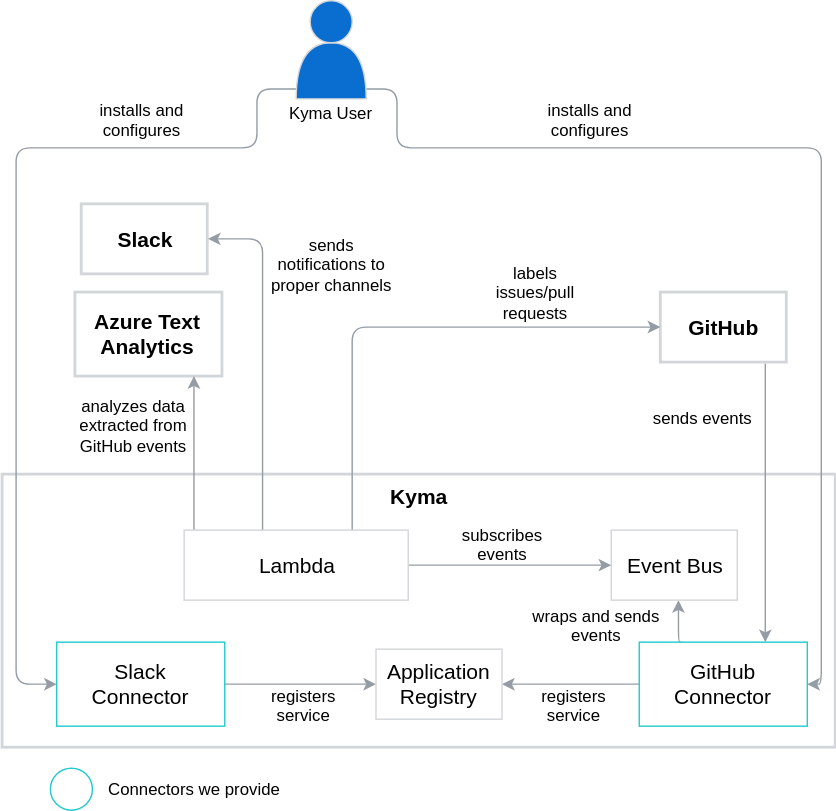
Above: docs/flowdiagram.svg in kyma-incubator/github-slack-connectors (draw.io), before the change. Source tidied: cells renumbered, new cells last; positions are measured from the earlier drawing's top-left corner, leaving out a move shared by most shapes. The source it was exported from:
```xml
<mxGraphModel>
  <root>
    <mxCell id="0" />
    <mxCell id="1" parent="0" />
    <mxCell id="2" value="&lt;b&gt;&lt;font style=&quot;font-size: 15px&quot;&gt;Kyma&lt;br&gt;&lt;/font&gt;&lt;/b&gt;" style="rounded=0;whiteSpace=wrap;html=1;shadow=0;glass=0;comic=0;strokeColor=#D2D5D9;strokeWidth=2;fillColor=#FFFFFF;fontFamily=Helvetica;fontSize=12;verticalAlign=top;" parent="1" vertex="1">
      <mxGeometry y="338" width="595" height="195" as="geometry" />
    </mxCell>
    <mxCell id="3" style="edgeStyle=orthogonalEdgeStyle;rounded=1;jettySize=auto;html=1;exitX=0;exitY=0.5;exitDx=0;exitDy=0;entryX=1;entryY=0.5;entryDx=0;entryDy=0;strokeColor=#959CA4;" parent="1" edge="1" source="5" target="25">
      <mxGeometry relative="1" as="geometry" />
    </mxCell>
    <mxCell id="4" style="edgeStyle=orthogonalEdgeStyle;rounded=1;jettySize=auto;html=1;exitX=0.25;exitY=0;exitDx=0;exitDy=0;entryX=0.533;entryY=1;entryDx=0;entryDy=0;entryPerimeter=0;strokeColor=#959CA4;" parent="1" edge="1" source="5" target="26">
      <mxGeometry relative="1" as="geometry" />
    </mxCell>
    <mxCell id="5" value="&lt;span style=&quot;white-space: normal; font-size: 15px;&quot;&gt;GitHub&lt;/span&gt;&lt;br style=&quot;white-space: normal; font-size: 15px;&quot;&gt;&lt;span style=&quot;white-space: normal; font-size: 15px;&quot;&gt;Connector&lt;/span&gt;" style="rounded=0;whiteSpace=wrap;html=1;fontFamily=Helvetica;fillColor=#FFFFFF;strokeColor=#24CACC;fontColor=#000000;strokeWidth=1;fontSize=15;fontStyle=0;" parent="1" vertex="1">
      <mxGeometry x="455" y="458" width="120" height="60" as="geometry" />
    </mxCell>
    <mxCell id="6" style="edgeStyle=orthogonalEdgeStyle;rounded=1;jettySize=auto;html=1;exitX=1;exitY=0.5;exitDx=0;exitDy=0;entryX=0;entryY=0.5;entryDx=0;entryDy=0;strokeColor=#959CA4;" parent="1" edge="1" source="7" target="25">
      <mxGeometry relative="1" as="geometry" />
    </mxCell>
    <mxCell id="7" value="Slack&lt;br style=&quot;white-space: normal; font-size: 15px;&quot;&gt;&lt;span style=&quot;white-space: normal; font-size: 15px;&quot;&gt;Connector&lt;/span&gt;" style="rounded=0;whiteSpace=wrap;html=1;fontFamily=Helvetica;fillColor=#FFFFFF;strokeColor=#24CACC;fontColor=#000000;glass=0;comic=0;shadow=0;strokeWidth=1;fontSize=15;fontStyle=0;" parent="1" vertex="1">
      <mxGeometry x="39" y="458" width="120" height="60" as="geometry" />
    </mxCell>
    <mxCell id="8" value="wraps and sends events" style="text;html=1;strokeColor=none;fillColor=none;align=center;verticalAlign=middle;whiteSpace=wrap;rounded=0;shadow=0;glass=0;comic=0;fontFamily=Helvetica;fontSize=12;" parent="1" vertex="1">
      <mxGeometry x="372" y="436" width="105" height="19" as="geometry" />
    </mxCell>
    <mxCell id="9" value="Kyma User" style="text;html=1;strokeColor=none;fillColor=none;align=center;verticalAlign=middle;whiteSpace=wrap;rounded=0;shadow=0;glass=0;comic=0;fontFamily=Helvetica;fontSize=12;" parent="1" vertex="1">
      <mxGeometry x="200" y="70" width="70" height="20" as="geometry" />
    </mxCell>
    <mxCell id="10" value="&lt;b&gt;&lt;font style=&quot;font-size: 15px&quot;&gt;Slack&lt;br&gt;&lt;/font&gt;&lt;/b&gt;" style="rounded=0;whiteSpace=wrap;html=1;shadow=0;glass=0;comic=0;strokeColor=#D2D5D9;strokeWidth=2;fillColor=#FFFFFF;fontFamily=Helvetica;fontSize=12;" parent="1" vertex="1">
      <mxGeometry x="56.5" y="145" width="90" height="50" as="geometry" />
    </mxCell>
    <mxCell id="11" style="edgeStyle=orthogonalEdgeStyle;rounded=1;jumpStyle=sharp;jettySize=auto;html=1;exitX=0.175;exitY=0;exitDx=0;exitDy=0;exitPerimeter=0;entryX=0;entryY=0.5;entryDx=0;entryDy=0;strokeColor=#959CA4;fontFamily=Helvetica;fontSize=12;fontColor=#000000;" parent="1" edge="1" source="13" target="7">
      <mxGeometry relative="1" as="geometry">
        <Array as="points">
          <mxPoint x="182" y="63" />
          <mxPoint x="182" y="105" />
          <mxPoint x="10" y="105" />
          <mxPoint x="10" y="488" />
        </Array>
      </mxGeometry>
    </mxCell>
    <mxCell id="12" style="edgeStyle=orthogonalEdgeStyle;rounded=1;jumpStyle=sharp;jettySize=auto;html=1;exitX=0.175;exitY=0.97;exitDx=0;exitDy=0;exitPerimeter=0;entryX=1;entryY=0.5;entryDx=0;entryDy=0;strokeColor=#959CA4;fontFamily=Helvetica;fontSize=16;fontColor=#000000;" parent="1" edge="1" source="13" target="5">
      <mxGeometry relative="1" as="geometry">
        <Array as="points">
          <mxPoint x="282" y="63" />
          <mxPoint x="282" y="105" />
          <mxPoint x="585" y="105" />
          <mxPoint x="585" y="488" />
        </Array>
      </mxGeometry>
    </mxCell>
    <mxCell id="13" style="shape=or;whiteSpace=wrap;html=1;shadow=0;glass=0;comic=0;strokeColor=#D2D5D9;strokeWidth=1;fillColor=#0A6ED1;fontFamily=Helvetica;fontSize=12;rotation=-90;" parent="1" vertex="1">
      <mxGeometry x="215" y="25" width="40" height="50" as="geometry" />
    </mxCell>
    <mxCell id="14" style="ellipse;whiteSpace=wrap;html=1;shadow=0;glass=0;comic=0;strokeColor=#D2D5D9;strokeWidth=1;fillColor=#0A6ED1;fontFamily=Helvetica;fontSize=12;" parent="1" vertex="1">
      <mxGeometry x="220" width="30" height="30" as="geometry" />
    </mxCell>
    <mxCell id="15" value="&lt;b&gt;&lt;font style=&quot;font-size: 15px&quot;&gt;Azure Text Analytics&lt;/font&gt;&lt;/b&gt;" style="rounded=0;whiteSpace=wrap;html=1;shadow=0;glass=0;comic=0;strokeColor=#D2D5D9;strokeWidth=2;fillColor=#FFFFFF;fontFamily=Helvetica;fontSize=12;" parent="1" vertex="1">
      <mxGeometry x="52" y="208" width="105" height="60" as="geometry" />
    </mxCell>
    <mxCell id="16" style="edgeStyle=orthogonalEdgeStyle;rounded=1;jettySize=auto;html=1;exitX=0.833;exitY=1.02;exitDx=0;exitDy=0;entryX=0.75;entryY=0;entryDx=0;entryDy=0;strokeColor=#959CA4;exitPerimeter=0;" parent="1" edge="1" source="17" target="5">
      <mxGeometry relative="1" as="geometry" />
    </mxCell>
    <mxCell id="17" value="&lt;b&gt;&lt;font style=&quot;font-size: 15px&quot;&gt;GitHub&lt;/font&gt;&lt;/b&gt;" style="rounded=0;whiteSpace=wrap;html=1;shadow=0;glass=0;comic=0;strokeColor=#D2D5D9;strokeWidth=2;fillColor=#FFFFFF;fontFamily=Helvetica;fontSize=12;" parent="1" vertex="1">
      <mxGeometry x="470" y="208" width="90" height="50" as="geometry" />
    </mxCell>
    <mxCell id="18" value="installs and configures" style="text;html=1;strokeColor=none;fillColor=none;align=center;verticalAlign=middle;whiteSpace=wrap;rounded=0;shadow=0;glass=0;comic=0;fontFamily=Helvetica;fontSize=12;fontColor=#000000;" parent="1" vertex="1">
      <mxGeometry x="49.5" y="75" width="100" height="20" as="geometry" />
    </mxCell>
    <mxCell id="19" value="registers service" style="text;html=1;strokeColor=none;fillColor=none;align=center;verticalAlign=middle;whiteSpace=wrap;rounded=0;shadow=0;glass=0;comic=0;fontFamily=Helvetica;fontSize=12;fontColor=#000000;" parent="1" vertex="1">
      <mxGeometry x="372" y="493" width="73" height="20" as="geometry" />
    </mxCell>
    <mxCell id="20" value="installs and configures" style="text;html=1;strokeColor=none;fillColor=none;align=center;verticalAlign=middle;whiteSpace=wrap;rounded=0;shadow=0;glass=0;comic=0;fontFamily=Helvetica;fontSize=12;fontColor=#000000;" parent="1" vertex="1">
      <mxGeometry x="370" y="75" width="100" height="20" as="geometry" />
    </mxCell>
    <mxCell id="21" value="sends events" style="text;html=1;strokeColor=none;fillColor=none;align=center;verticalAlign=middle;whiteSpace=wrap;rounded=0;shadow=0;glass=0;comic=0;fontFamily=Helvetica;fontSize=12;fontColor=#000000;" parent="1" vertex="1">
      <mxGeometry x="461.5" y="288" width="77" height="20" as="geometry" />
    </mxCell>
    <mxCell id="22" value="analyzes data extracted from GitHub events" style="text;html=1;strokeColor=none;fillColor=none;align=center;verticalAlign=middle;whiteSpace=wrap;rounded=0;shadow=0;glass=0;comic=0;fontFamily=Helvetica;fontSize=12;fontColor=#000000;" parent="1" vertex="1">
      <mxGeometry x="52" y="293" width="84" height="20" as="geometry" />
    </mxCell>
    <mxCell id="23" value="sends notifications to proper channels" style="text;html=1;strokeColor=none;fillColor=none;align=center;verticalAlign=middle;whiteSpace=wrap;rounded=0;shadow=0;glass=0;comic=0;fontFamily=Helvetica;fontSize=12;fontColor=#000000;" parent="1" vertex="1">
      <mxGeometry x="186" y="178" width="99" height="20" as="geometry" />
    </mxCell>
    <mxCell id="24" value="labels issues/pull requests" style="text;html=1;strokeColor=none;fillColor=none;align=center;verticalAlign=middle;whiteSpace=wrap;rounded=0;shadow=0;glass=0;comic=0;fontFamily=Helvetica;fontSize=12;fontColor=#000000;" parent="1" vertex="1">
      <mxGeometry x="345" y="198" width="72" height="20" as="geometry" />
    </mxCell>
    <mxCell id="25" value="&lt;span&gt;&lt;font style=&quot;font-size: 15px&quot;&gt;Application Registry&lt;br&gt;&lt;/font&gt;&lt;/span&gt;" style="rounded=0;whiteSpace=wrap;html=1;shadow=0;glass=0;comic=0;strokeColor=#D2D5D9;strokeWidth=1;fillColor=#FFFFFF;fontFamily=Helvetica;fontSize=12;fontStyle=0;" parent="1" vertex="1">
      <mxGeometry x="267" y="463" width="90" height="50" as="geometry" />
    </mxCell>
    <mxCell id="26" value="&lt;span&gt;&lt;font style=&quot;font-size: 15px&quot;&gt;Event Bus&lt;br&gt;&lt;/font&gt;&lt;/span&gt;" style="rounded=0;whiteSpace=wrap;html=1;shadow=0;glass=0;comic=0;strokeColor=#D2D5D9;strokeWidth=1;fillColor=#FFFFFF;fontFamily=Helvetica;fontSize=12;fontStyle=0;" parent="1" vertex="1">
      <mxGeometry x="435" y="378" width="90" height="50" as="geometry" />
    </mxCell>
    <mxCell id="27" style="edgeStyle=orthogonalEdgeStyle;rounded=1;orthogonalLoop=1;jettySize=auto;html=1;strokeColor=#959CA4;" parent="1" edge="1">
      <mxGeometry relative="1" as="geometry">
        <mxPoint x="137" y="378" as="sourcePoint" />
        <mxPoint x="137" y="268" as="targetPoint" />
        <Array as="points">
          <mxPoint x="137" y="353" />
          <mxPoint x="137" y="353" />
        </Array>
      </mxGeometry>
    </mxCell>
    <mxCell id="28" style="edgeStyle=orthogonalEdgeStyle;rounded=1;jettySize=auto;html=1;exitX=0.35;exitY=0.02;exitDx=0;exitDy=0;entryX=1;entryY=0.5;entryDx=0;entryDy=0;strokeColor=#959CA4;exitPerimeter=0;" parent="1" edge="1" source="31" target="10">
      <mxGeometry relative="1" as="geometry" />
    </mxCell>
    <mxCell id="29" style="edgeStyle=orthogonalEdgeStyle;rounded=1;jettySize=auto;html=1;exitX=1;exitY=0.5;exitDx=0;exitDy=0;entryX=0;entryY=0.5;entryDx=0;entryDy=0;strokeColor=#959CA4;" parent="1" edge="1" source="31" target="26">
      <mxGeometry relative="1" as="geometry" />
    </mxCell>
    <mxCell id="30" style="edgeStyle=orthogonalEdgeStyle;rounded=1;jettySize=auto;html=1;exitX=0.75;exitY=0;exitDx=0;exitDy=0;entryX=0;entryY=0.5;entryDx=0;entryDy=0;strokeColor=#959CA4;" parent="1" edge="1" source="31" target="17">
      <mxGeometry relative="1" as="geometry" />
    </mxCell>
    <mxCell id="31" value="&lt;span&gt;&lt;font style=&quot;font-size: 15px&quot;&gt;Lambda&lt;br&gt;&lt;/font&gt;&lt;/span&gt;" style="rounded=0;whiteSpace=wrap;html=1;shadow=0;glass=0;comic=0;strokeColor=#D2D5D9;strokeWidth=1;fillColor=#FFFFFF;fontFamily=Helvetica;fontSize=12;fontStyle=0;" parent="1" vertex="1">
      <mxGeometry x="130" y="378" width="160" height="50" as="geometry" />
    </mxCell>
    <mxCell id="32" value="registers service" style="text;html=1;strokeColor=none;fillColor=none;align=center;verticalAlign=middle;whiteSpace=wrap;rounded=0;shadow=0;glass=0;comic=0;fontFamily=Helvetica;fontSize=12;fontColor=#000000;" parent="1" vertex="1">
      <mxGeometry x="179" y="493" width="73" height="20" as="geometry" />
    </mxCell>
    <mxCell id="33" value="subscribes events" style="text;html=1;strokeColor=none;fillColor=none;align=center;verticalAlign=middle;whiteSpace=wrap;rounded=0;shadow=0;glass=0;comic=0;fontFamily=Helvetica;fontSize=12;fontColor=#000000;" parent="1" vertex="1">
      <mxGeometry x="320.5" y="378" width="73" height="20" as="geometry" />
    </mxCell>
    <mxCell id="34" style="ellipse;whiteSpace=wrap;html=1;strokeColor=#24CACC;strokeWidth=1;" parent="1" vertex="1">
      <mxGeometry x="34.5" y="548" width="30" height="30" as="geometry" />
    </mxCell>
    <mxCell id="35" value="Connectors we provide" style="text;html=1;strokeColor=none;fillColor=none;align=center;verticalAlign=middle;whiteSpace=wrap;rounded=0;" parent="1" vertex="1">
      <mxGeometry x="70" y="553" width="135" height="20" as="geometry" />
    </mxCell>
  </root>
</mxGraphModel>
```
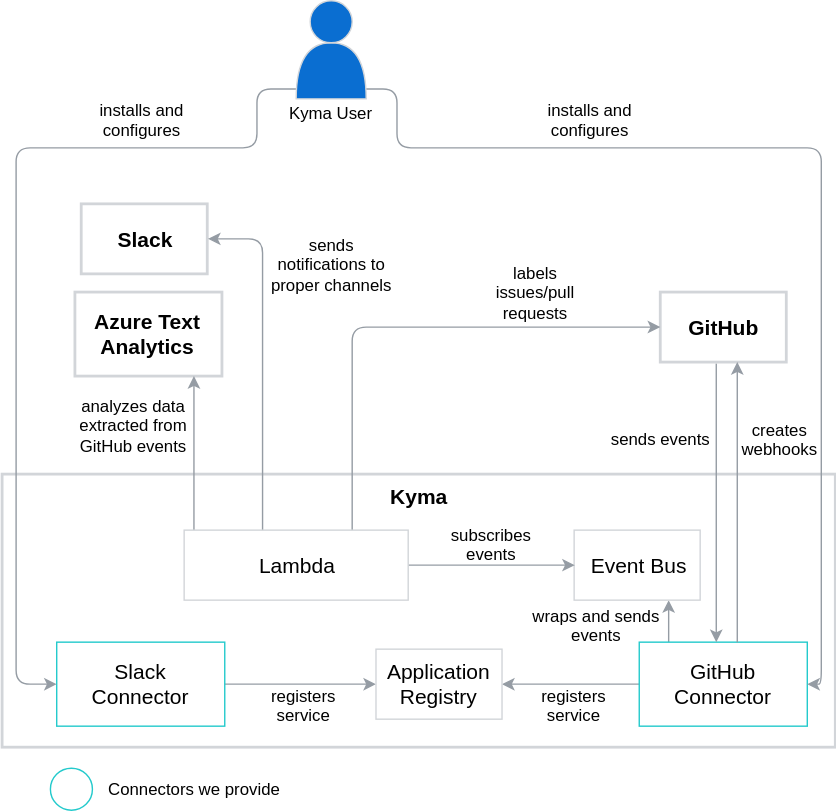
The same file after the commit.

Commit message:
Update flow diagram (#155)

Change to the diagram source:
```diff
@@ -8,7 +8,7 @@
     <mxCell id="3" style="edgeStyle=orthogonalEdgeStyle;rounded=1;jettySize=auto;html=1;exitX=0;exitY=0.5;exitDx=0;exitDy=0;entryX=1;entryY=0.5;entryDx=0;entryDy=0;strokeColor=#959CA4;" parent="1" edge="1" source="5" target="25">
       <mxGeometry relative="1" as="geometry" />
     </mxCell>
-    <mxCell id="4" style="edgeStyle=orthogonalEdgeStyle;rounded=1;jettySize=auto;html=1;exitX=0.25;exitY=0;exitDx=0;exitDy=0;entryX=0.533;entryY=1;entryDx=0;entryDy=0;entryPerimeter=0;strokeColor=#959CA4;" parent="1" edge="1" source="5" target="26">
+    <mxCell id="4" style="edgeStyle=orthogonalEdgeStyle;rounded=1;jettySize=auto;html=1;exitX=0.175;exitY=0;exitDx=0;exitDy=0;entryX=0.75;entryY=1;entryDx=0;entryDy=0;strokeColor=#959CA4;exitPerimeter=0;" parent="1" edge="1" source="5" target="26">
       <mxGeometry relative="1" as="geometry" />
     </mxCell>
     <mxCell id="5" value="&lt;span style=&quot;white-space: normal; font-size: 15px;&quot;&gt;GitHub&lt;/span&gt;&lt;br style=&quot;white-space: normal; font-size: 15px;&quot;&gt;&lt;span style=&quot;white-space: normal; font-size: 15px;&quot;&gt;Connector&lt;/span&gt;" style="rounded=0;whiteSpace=wrap;html=1;fontFamily=Helvetica;fillColor=#FFFFFF;strokeColor=#24CACC;fontColor=#000000;strokeWidth=1;fontSize=15;fontStyle=0;" parent="1" vertex="1">
@@ -58,8 +58,11 @@
     <mxCell id="15" value="&lt;b&gt;&lt;font style=&quot;font-size: 15px&quot;&gt;Azure Text Analytics&lt;/font&gt;&lt;/b&gt;" style="rounded=0;whiteSpace=wrap;html=1;shadow=0;glass=0;comic=0;strokeColor=#D2D5D9;strokeWidth=2;fillColor=#FFFFFF;fontFamily=Helvetica;fontSize=12;" parent="1" vertex="1">
       <mxGeometry x="52" y="208" width="105" height="60" as="geometry" />
     </mxCell>
-    <mxCell id="16" style="edgeStyle=orthogonalEdgeStyle;rounded=1;jettySize=auto;html=1;exitX=0.833;exitY=1.02;exitDx=0;exitDy=0;entryX=0.75;entryY=0;entryDx=0;entryDy=0;strokeColor=#959CA4;exitPerimeter=0;" parent="1" edge="1" source="17" target="5">
-      <mxGeometry relative="1" as="geometry" />
+    <mxCell id="16" style="edgeStyle=orthogonalEdgeStyle;rounded=1;orthogonalLoop=1;jettySize=auto;html=1;exitX=0.833;exitY=1.02;exitDx=0;exitDy=0;entryX=0.75;entryY=0;entryDx=0;entryDy=0;strokeColor=#959CA4;exitPerimeter=0;" parent="1" edge="1">
+      <mxGeometry relative="1" as="geometry">
+        <mxPoint x="510" y="259" as="sourcePoint" />
+        <mxPoint x="510" y="458" as="targetPoint" />
+      </mxGeometry>
     </mxCell>
     <mxCell id="17" value="&lt;b&gt;&lt;font style=&quot;font-size: 15px&quot;&gt;GitHub&lt;/font&gt;&lt;/b&gt;" style="rounded=0;whiteSpace=wrap;html=1;shadow=0;glass=0;comic=0;strokeColor=#D2D5D9;strokeWidth=2;fillColor=#FFFFFF;fontFamily=Helvetica;fontSize=12;" parent="1" vertex="1">
       <mxGeometry x="470" y="208" width="90" height="50" as="geometry" />
@@ -74,7 +77,7 @@
       <mxGeometry x="370" y="75" width="100" height="20" as="geometry" />
     </mxCell>
     <mxCell id="21" value="sends events" style="text;html=1;strokeColor=none;fillColor=none;align=center;verticalAlign=middle;whiteSpace=wrap;rounded=0;shadow=0;glass=0;comic=0;fontFamily=Helvetica;fontSize=12;fontColor=#000000;" parent="1" vertex="1">
-      <mxGeometry x="461.5" y="288" width="77" height="20" as="geometry" />
+      <mxGeometry x="431.5" y="303" width="77" height="20" as="geometry" />
     </mxCell>
     <mxCell id="22" value="analyzes data extracted from GitHub events" style="text;html=1;strokeColor=none;fillColor=none;align=center;verticalAlign=middle;whiteSpace=wrap;rounded=0;shadow=0;glass=0;comic=0;fontFamily=Helvetica;fontSize=12;fontColor=#000000;" parent="1" vertex="1">
       <mxGeometry x="52" y="293" width="84" height="20" as="geometry" />
@@ -89,7 +92,7 @@
       <mxGeometry x="267" y="463" width="90" height="50" as="geometry" />
     </mxCell>
     <mxCell id="26" value="&lt;span&gt;&lt;font style=&quot;font-size: 15px&quot;&gt;Event Bus&lt;br&gt;&lt;/font&gt;&lt;/span&gt;" style="rounded=0;whiteSpace=wrap;html=1;shadow=0;glass=0;comic=0;strokeColor=#D2D5D9;strokeWidth=1;fillColor=#FFFFFF;fontFamily=Helvetica;fontSize=12;fontStyle=0;" parent="1" vertex="1">
-      <mxGeometry x="435" y="378" width="90" height="50" as="geometry" />
+      <mxGeometry x="408.5" y="378" width="90" height="50" as="geometry" />
     </mxCell>
     <mxCell id="27" style="edgeStyle=orthogonalEdgeStyle;rounded=1;orthogonalLoop=1;jettySize=auto;html=1;strokeColor=#959CA4;" parent="1" edge="1">
       <mxGeometry relative="1" as="geometry">
@@ -117,7 +120,7 @@
       <mxGeometry x="179" y="493" width="73" height="20" as="geometry" />
     </mxCell>
     <mxCell id="33" value="subscribes events" style="text;html=1;strokeColor=none;fillColor=none;align=center;verticalAlign=middle;whiteSpace=wrap;rounded=0;shadow=0;glass=0;comic=0;fontFamily=Helvetica;fontSize=12;fontColor=#000000;" parent="1" vertex="1">
-      <mxGeometry x="320.5" y="378" width="73" height="20" as="geometry" />
+      <mxGeometry x="313" y="378" width="73" height="20" as="geometry" />
     </mxCell>
     <mxCell id="34" style="ellipse;whiteSpace=wrap;html=1;strokeColor=#24CACC;strokeWidth=1;" parent="1" vertex="1">
       <mxGeometry x="34.5" y="548" width="30" height="30" as="geometry" />
@@ -125,5 +128,16 @@
     <mxCell id="35" value="Connectors we provide" style="text;html=1;strokeColor=none;fillColor=none;align=center;verticalAlign=middle;whiteSpace=wrap;rounded=0;" parent="1" vertex="1">
       <mxGeometry x="70" y="553" width="135" height="20" as="geometry" />
     </mxCell>
+    <mxCell id="36" style="edgeStyle=orthogonalEdgeStyle;rounded=1;jettySize=auto;html=1;strokeColor=#959CA4;" parent="1" edge="1" source="5">
+      <mxGeometry relative="1" as="geometry">
+        <mxPoint x="525" y="258" as="targetPoint" />
+        <Array as="points">
+          <mxPoint x="525" y="258" />
+        </Array>
+      </mxGeometry>
+    </mxCell>
+    <mxCell id="37" value="creates webhooks" style="text;html=1;strokeColor=none;fillColor=none;align=center;verticalAlign=middle;whiteSpace=wrap;rounded=0;shadow=0;glass=0;comic=0;fontFamily=Helvetica;fontSize=12;fontColor=#000000;" parent="1" vertex="1">
+      <mxGeometry x="526.5" y="303" width="57" height="20" as="geometry" />
+    </mxCell>
   </root>
 </mxGraphModel>
```
